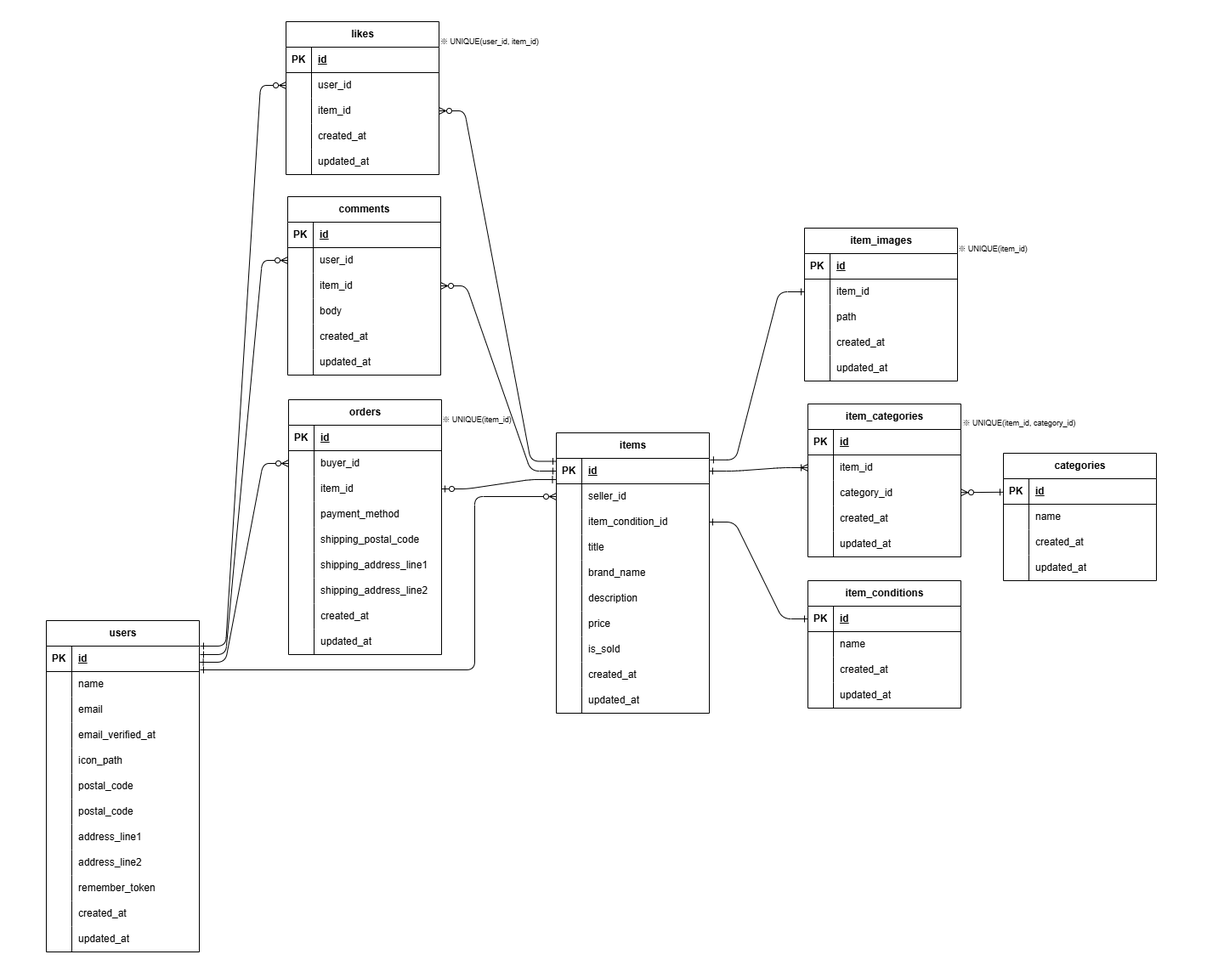
Above: er_diagram.png in marikoinukai/mock1-flea-market (draw.io), before the change. Source tidied: cells renumbered, new cells last; positions are measured from the earlier drawing's top-left corner, leaving out a move shared by most shapes.
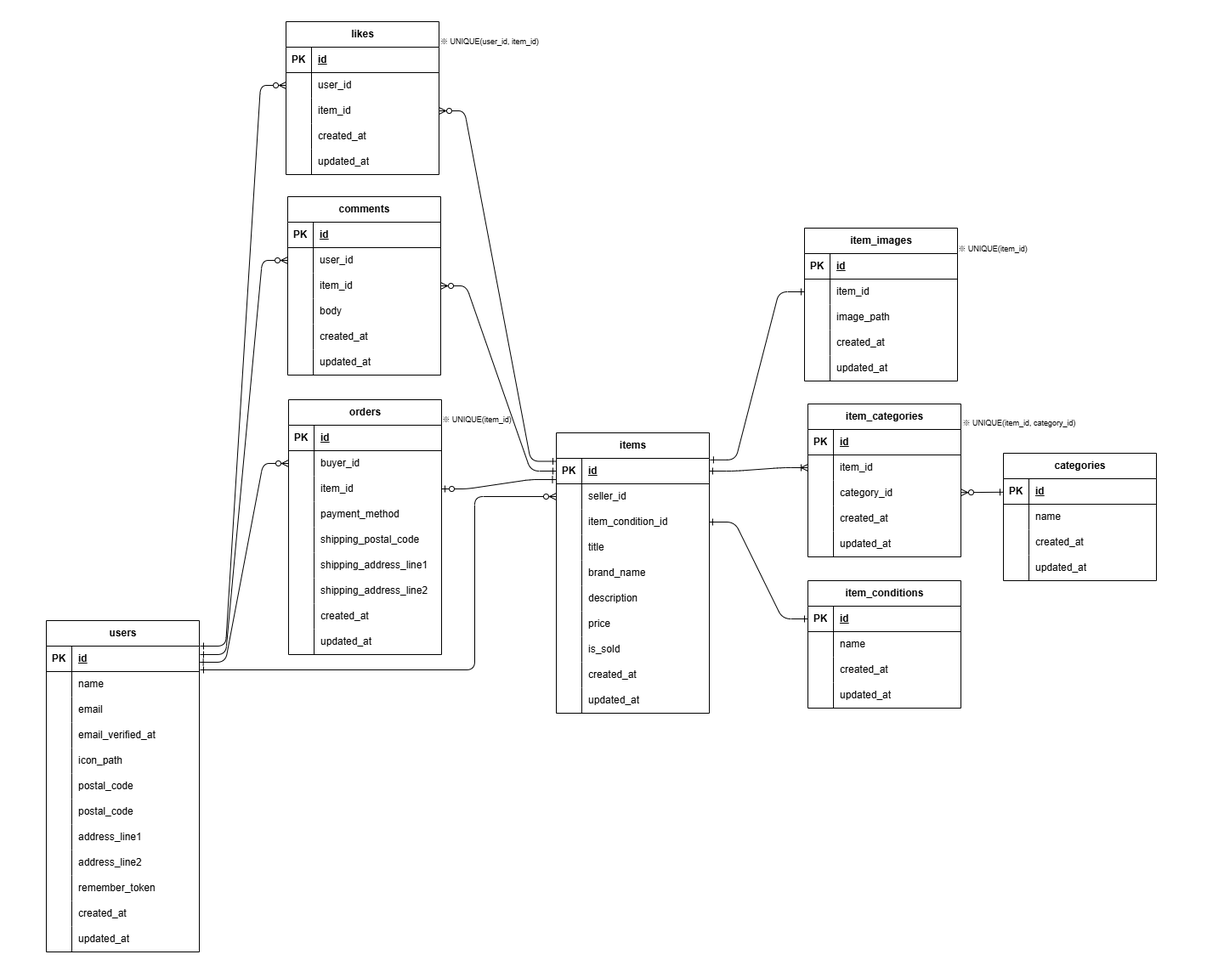
Above is the later version.

The edit, as a diff of the source:
```diff
@@ -293,7 +293,7 @@
     <mxCell id="96" style="shape=partialRectangle;fillColor=none;top=0;left=0;bottom=0;right=0;overflow=hidden;whiteSpace=wrap;html=1;" parent="95" vertex="1">
       <mxGeometry width="30" height="30" as="geometry" />
     </mxCell>
-    <mxCell id="97" value="path" style="shape=partialRectangle;fillColor=none;top=0;left=0;bottom=0;right=0;align=left;spacingLeft=6;overflow=hidden;whiteSpace=wrap;html=1;" parent="95" vertex="1">
+    <mxCell id="97" value="image_path" style="shape=partialRectangle;fillColor=none;top=0;left=0;bottom=0;right=0;align=left;spacingLeft=6;overflow=hidden;whiteSpace=wrap;html=1;" parent="95" vertex="1">
       <mxGeometry x="30" width="150" height="30" as="geometry" />
     </mxCell>
     <mxCell id="98" style="shape=tableRow;horizontal=0;startSize=0;swimlaneHead=0;swimlaneBody=0;fillColor=none;top=0;left=0;right=0;bottom=0;" parent="88" vertex="1">
```
